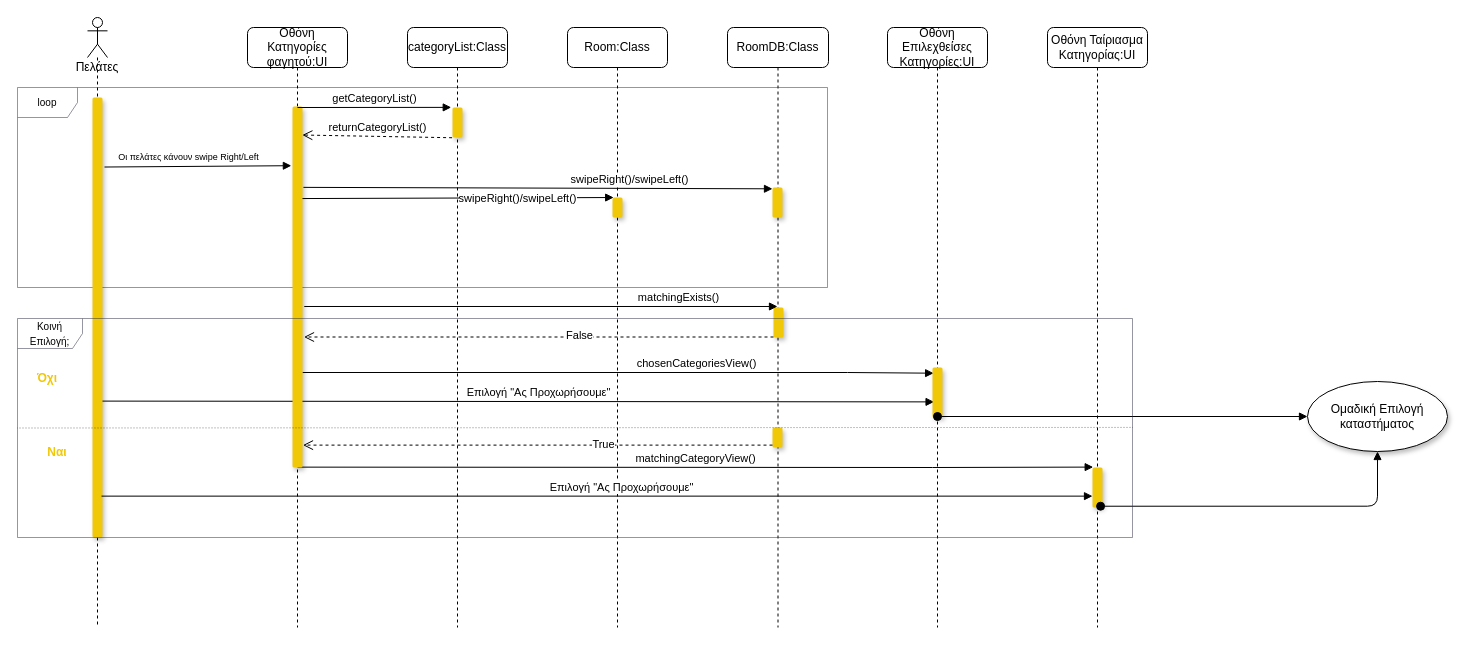
iloudaros/nomnomr keeps this draw.io diagram as docs/contributions/JoannaAgo/Phase_5/Team Choice - Category/Team_Choice_Category_Sequence.drawio. Above is the earlier version. Source tidied: cells renumbered, new cells numbered last; positions are measured from the earlier drawing's top-left corner, leaving out a move shared by most shapes. Both pictures are drawn from the tidied source at 100%, with x=0, y=0 at pixel (17, 17).
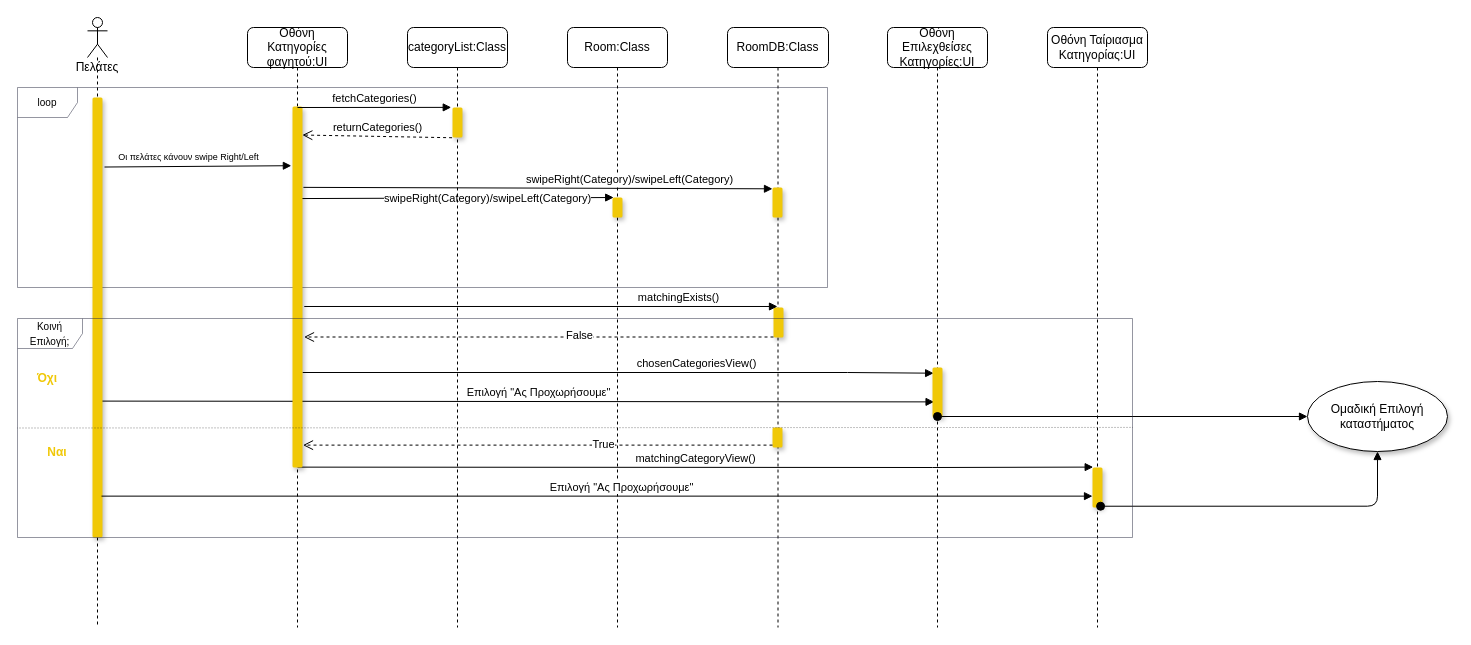
The same diagram, later.

Commit message:
διορθώσεις σε ονομασίες μεθοδων

Unchanged cells that the change refers to:
```xml
<mxCell id="3" style="html=1;points=[];perimeter=orthogonalPerimeter;rounded=1;shadow=1;fillColor=#F0C808;strokeColor=none;" parent="2" vertex="1">
  <mxGeometry x="45" y="160" width="10" height="30" as="geometry" />
</mxCell>
<mxCell id="13" style="html=1;points=[];perimeter=orthogonalPerimeter;rounded=1;shadow=1;fillColor=#F0C808;strokeColor=none;" parent="12" vertex="1">
  <mxGeometry x="45" y="79" width="10" height="361" as="geometry" />
</mxCell>
<mxCell id="15" style="html=1;points=[];perimeter=orthogonalPerimeter;rounded=1;shadow=1;fillColor=#F0C808;strokeColor=none;" parent="14" vertex="1">
  <mxGeometry x="45" y="80" width="10" height="30" as="geometry" />
</mxCell>
<mxCell id="17" style="html=1;points=[];perimeter=orthogonalPerimeter;rounded=1;shadow=1;fillColor=#F0C808;strokeColor=none;" parent="16" vertex="1">
  <mxGeometry x="45" y="170" width="10" height="20" as="geometry" />
</mxCell>
```

The edit, as a diff of the source:
```diff
@@
-    <mxCell id="10" value="swipeRight()/swipeLeft()" style="html=1;verticalAlign=bottom;endArrow=block;rounded=0;entryX=0.118;entryY=0.001;entryDx=0;entryDy=0;entryPerimeter=0;exitX=0.95;exitY=0.255;exitDx=0;exitDy=0;exitPerimeter=0;" parent="1" edge="1" source="13" target="17">
-      <mxGeometry x="0.38" y="-10" relative="1" as="geometry" />
+    <mxCell id="10" value="swipeRight(Category)/swipeLeft(Category)" style="html=1;verticalAlign=bottom;endArrow=block;rounded=0;entryX=0.118;entryY=0.001;entryDx=0;entryDy=0;entryPerimeter=0;exitX=0.95;exitY=0.255;exitDx=0;exitDy=0;exitPerimeter=0;" parent="1" edge="1" source="13" target="17">
+      <mxGeometry x="0.19" y="-10" relative="1" as="geometry" />
     </mxCell>
@@
-    <mxCell id="20" value="getCategoryList()" style="html=1;verticalAlign=bottom;endArrow=block;rounded=0;entryX=-0.125;entryY=-0.004;entryDx=0;entryDy=0;entryPerimeter=0;" parent="1" edge="1" target="15">
+    <mxCell id="20" value="fetchCategories()" style="html=1;verticalAlign=bottom;endArrow=block;rounded=0;entryX=-0.125;entryY=-0.004;entryDx=0;entryDy=0;entryPerimeter=0;" parent="1" edge="1" target="15">
       <mxGeometry relative="1" as="geometry">
         <mxPoint x="280" y="90" as="sourcePoint" />
       </mxGeometry>
     </mxCell>
-    <mxCell id="21" value="returnCategoryList()" style="html=1;verticalAlign=bottom;endArrow=open;dashed=1;endSize=8;rounded=0;entryX=0.983;entryY=0.079;entryDx=0;entryDy=0;entryPerimeter=0;exitX=-0.042;exitY=1.008;exitDx=0;exitDy=0;exitPerimeter=0;" parent="1" edge="1" source="15" target="13">
+    <mxCell id="21" value="returnCategories()" style="html=1;verticalAlign=bottom;endArrow=open;dashed=1;endSize=8;rounded=0;entryX=0.983;entryY=0.079;entryDx=0;entryDy=0;entryPerimeter=0;exitX=-0.042;exitY=1.008;exitDx=0;exitDy=0;exitPerimeter=0;" parent="1" edge="1" source="15" target="13">
       <mxGeometry relative="1" as="geometry" />
     </mxCell>
@@
-    <mxCell id="27" value="&lt;font style=&quot;font-size: 11px;&quot;&gt;swipeRight()/swipeLeft()&lt;/font&gt;" style="html=1;verticalAlign=bottom;endArrow=block;rounded=0;exitX=1.093;exitY=0.224;exitDx=0;exitDy=0;exitPerimeter=0;entryX=0;entryY=0.044;entryDx=0;entryDy=0;entryPerimeter=0;" parent="1" edge="1" source="13" target="3">
+    <mxCell id="27" value="&lt;font style=&quot;font-size: 11px;&quot;&gt;swipeRight(Category)/swipeLeft(Category)&lt;/font&gt;" style="html=1;verticalAlign=bottom;endArrow=block;rounded=0;exitX=1.093;exitY=0.224;exitDx=0;exitDy=0;exitPerimeter=0;entryX=0;entryY=0.044;entryDx=0;entryDy=0;entryPerimeter=0;" parent="1" edge="1" source="13" target="3">
       <mxGeometry x="0.39" relative="1" as="geometry" />
     </mxCell>
```
